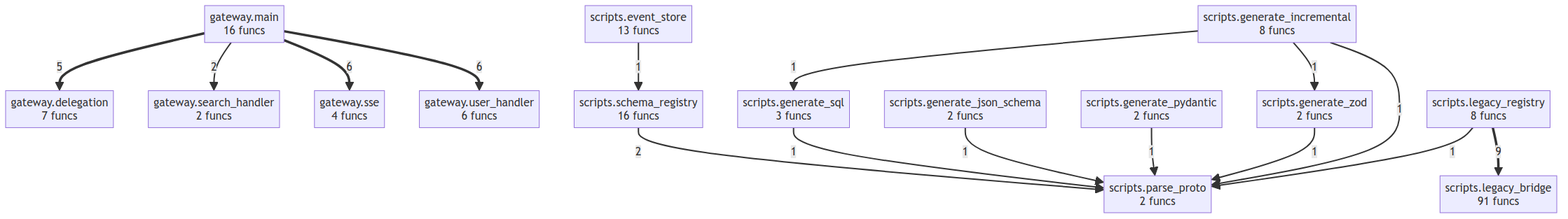
Before: project/compact_flow.png, a diagram exported from Mermaid (semcod/protos). Its source is kept beside it as project/compact_flow.mmd.
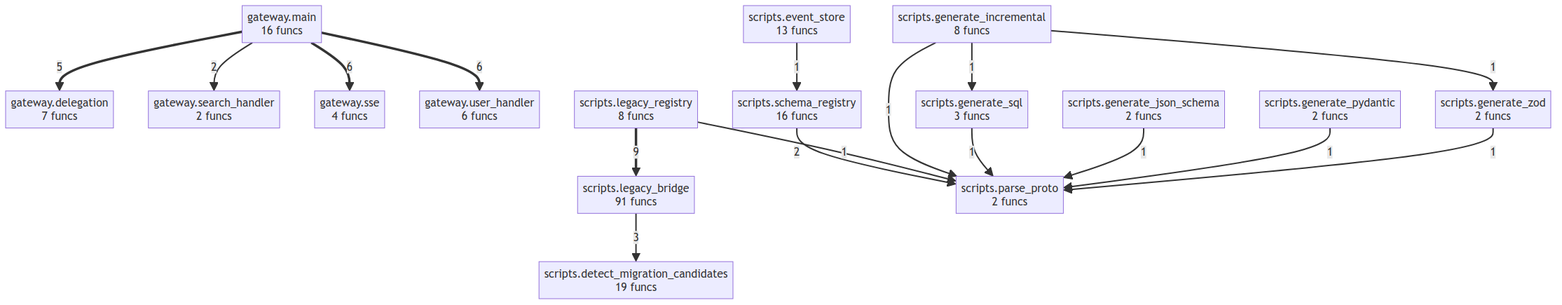
After the commit.

The edit, as a diff of the source:
```diff
@@ -4,6 +4,7 @@
     gateway__search_handler["gateway.search_handler<br/>2 funcs"]
     gateway__sse["gateway.sse<br/>4 funcs"]
     gateway__user_handler["gateway.user_handler<br/>6 funcs"]
+    scripts__detect_migration_candidates["scripts.detect_migration_candidates<br/>19 funcs"]
     scripts__event_store["scripts.event_store<br/>13 funcs"]
     scripts__generate_incremental["scripts.generate_incremental<br/>8 funcs"]
     scripts__generate_json_schema["scripts.generate_json_schema<br/>2 funcs"]
@@ -18,14 +19,15 @@
     gateway__main ==>|6| gateway__sse
     gateway__main ==>|6| gateway__user_handler
     gateway__main ==>|5| gateway__delegation
+    scripts__legacy_bridge -->|3| scripts__detect_migration_candidates
+    gateway__main -->|2| gateway__search_handler
     scripts__schema_registry -->|2| scripts__parse_proto
-    gateway__main -->|2| gateway__search_handler
+    scripts__legacy_registry -->|1| scripts__parse_proto
+    scripts__generate_incremental -->|1| scripts__parse_proto
+    scripts__generate_incremental -->|1| scripts__generate_zod
+    scripts__generate_incremental -->|1| scripts__generate_sql
     scripts__generate_sql -->|1| scripts__parse_proto
     scripts__generate_json_schema -->|1| scripts__parse_proto
     scripts__generate_pydantic -->|1| scripts__parse_proto
+    scripts__event_store -->|1| scripts__schema_registry
     scripts__generate_zod -->|1| scripts__parse_proto
-    scripts__generate_incremental -->|1| scripts__parse_proto
-    scripts__generate_incremental -->|1| scripts__generate_zod
-    scripts__generate_incremental -->|1| scripts__generate_sql
-    scripts__event_store -->|1| scripts__schema_registry
-    scripts__legacy_registry -->|1| scripts__parse_proto
```
